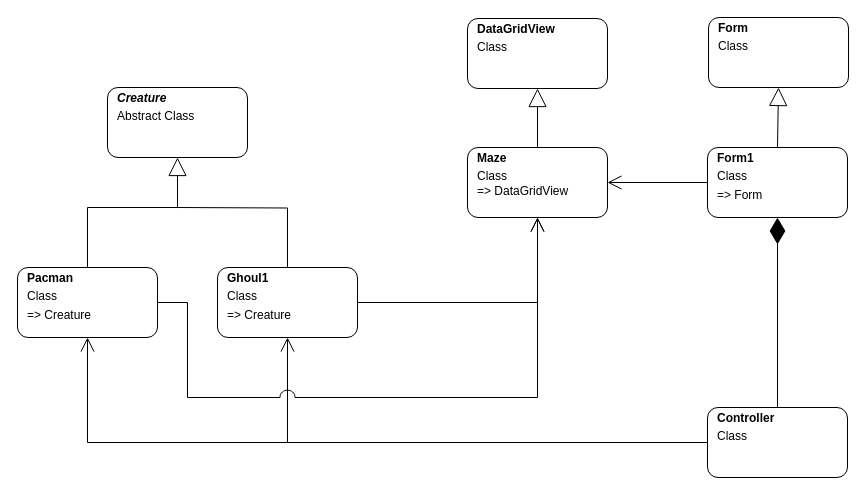
This is UML drawIO.drawio from gpseal/pac-man, a draw.io file, before an edit. Source tidied: cells renumbered, new cells numbered last; positions are measured from the earlier drawing's top-left corner, leaving out a move shared by most shapes. Both pictures are drawn from the tidied source at 100%, with x=0, y=0 at pixel (17, 17).
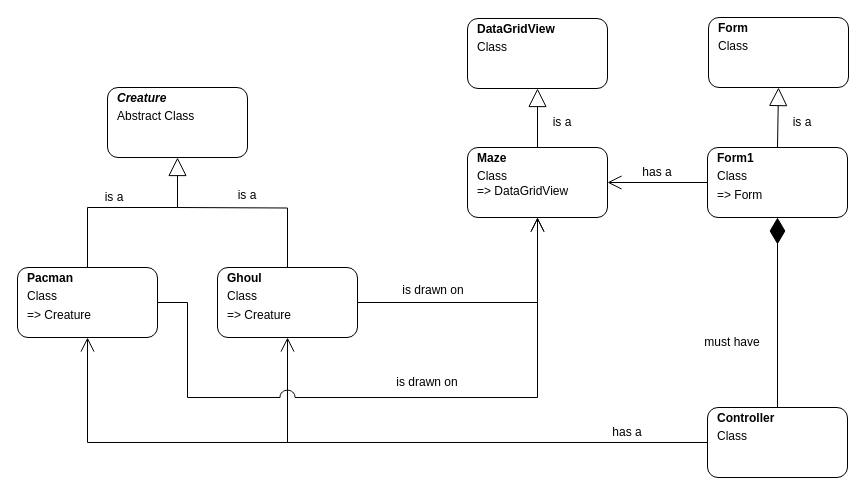
After the change.

Change to the diagram source:
```diff
@@
-    <mxCell id="3" value="&lt;p style=&quot;margin: 4px 0px 0px&quot;&gt;&lt;b&gt;&lt;i&gt;&amp;nbsp; &lt;/i&gt;&amp;nbsp;Ghoul1&lt;/b&gt;&lt;/p&gt;&lt;p style=&quot;margin: 4px 0px 0px&quot;&gt;&amp;nbsp; &amp;nbsp;Class&lt;/p&gt;&lt;p style=&quot;margin: 4px 0px 0px&quot;&gt;&amp;nbsp; &amp;nbsp;=&amp;gt; Creature&lt;/p&gt;" style="verticalAlign=middle;align=left;overflow=fill;fontSize=12;fontFamily=Helvetica;html=1;labelPosition=center;verticalLabelPosition=middle;horizontal=1;spacing=2;rounded=1;" parent="1" vertex="1">
+    <mxCell id="3" value="&lt;p style=&quot;margin: 4px 0px 0px&quot;&gt;&lt;b&gt;&lt;i&gt;&amp;nbsp; &lt;/i&gt;&amp;nbsp;Ghoul&lt;/b&gt;&lt;/p&gt;&lt;p style=&quot;margin: 4px 0px 0px&quot;&gt;&amp;nbsp; &amp;nbsp;Class&lt;/p&gt;&lt;p style=&quot;margin: 4px 0px 0px&quot;&gt;&amp;nbsp; &amp;nbsp;=&amp;gt; Creature&lt;/p&gt;" style="verticalAlign=middle;align=left;overflow=fill;fontSize=12;fontFamily=Helvetica;html=1;labelPosition=center;verticalLabelPosition=middle;horizontal=1;spacing=2;rounded=1;" parent="1" vertex="1">
       <mxGeometry x="200" y="250" width="140" height="70" as="geometry" />
     </mxCell>
@@
+    <mxCell id="20" value="has a" style="text;html=1;strokeColor=none;fillColor=none;align=center;verticalAlign=middle;whiteSpace=wrap;rounded=0;" parent="1" vertex="1">
+      <mxGeometry x="580" y="400" width="60" height="30" as="geometry" />
+    </mxCell>
+    <mxCell id="21" value="is drawn on" style="text;html=1;strokeColor=none;fillColor=none;align=center;verticalAlign=middle;whiteSpace=wrap;rounded=0;" parent="1" vertex="1">
+      <mxGeometry x="365" y="350" width="90" height="30" as="geometry" />
+    </mxCell>
+    <mxCell id="22" value="is drawn on" style="text;html=1;strokeColor=none;fillColor=none;align=center;verticalAlign=middle;whiteSpace=wrap;rounded=0;" parent="1" vertex="1">
+      <mxGeometry x="371" y="258" width="90" height="30" as="geometry" />
+    </mxCell>
+    <mxCell id="23" value="is a" style="text;html=1;strokeColor=none;fillColor=none;align=center;verticalAlign=middle;whiteSpace=wrap;rounded=0;" parent="1" vertex="1">
+      <mxGeometry x="500" y="90" width="90" height="30" as="geometry" />
+    </mxCell>
+    <mxCell id="24" value="is a" style="text;html=1;strokeColor=none;fillColor=none;align=center;verticalAlign=middle;whiteSpace=wrap;rounded=0;" parent="1" vertex="1">
+      <mxGeometry x="52" y="165" width="90" height="30" as="geometry" />
+    </mxCell>
+    <mxCell id="25" value="must have" style="text;html=1;strokeColor=none;fillColor=none;align=center;verticalAlign=middle;whiteSpace=wrap;rounded=0;" parent="1" vertex="1">
+      <mxGeometry x="670" y="310" width="90" height="30" as="geometry" />
+    </mxCell>
+    <mxCell id="26" value="has a" style="text;html=1;strokeColor=none;fillColor=none;align=center;verticalAlign=middle;whiteSpace=wrap;rounded=0;" parent="1" vertex="1">
+      <mxGeometry x="610" y="140" width="60" height="30" as="geometry" />
+    </mxCell>
+    <mxCell id="27" value="is a" style="text;html=1;strokeColor=none;fillColor=none;align=center;verticalAlign=middle;whiteSpace=wrap;rounded=0;" parent="1" vertex="1">
+      <mxGeometry x="185" y="163" width="90" height="30" as="geometry" />
+    </mxCell>
+    <mxCell id="28" value="is a" style="text;html=1;strokeColor=none;fillColor=none;align=center;verticalAlign=middle;whiteSpace=wrap;rounded=0;" parent="1" vertex="1">
+      <mxGeometry x="740" y="90" width="90" height="30" as="geometry" />
+    </mxCell>
```
